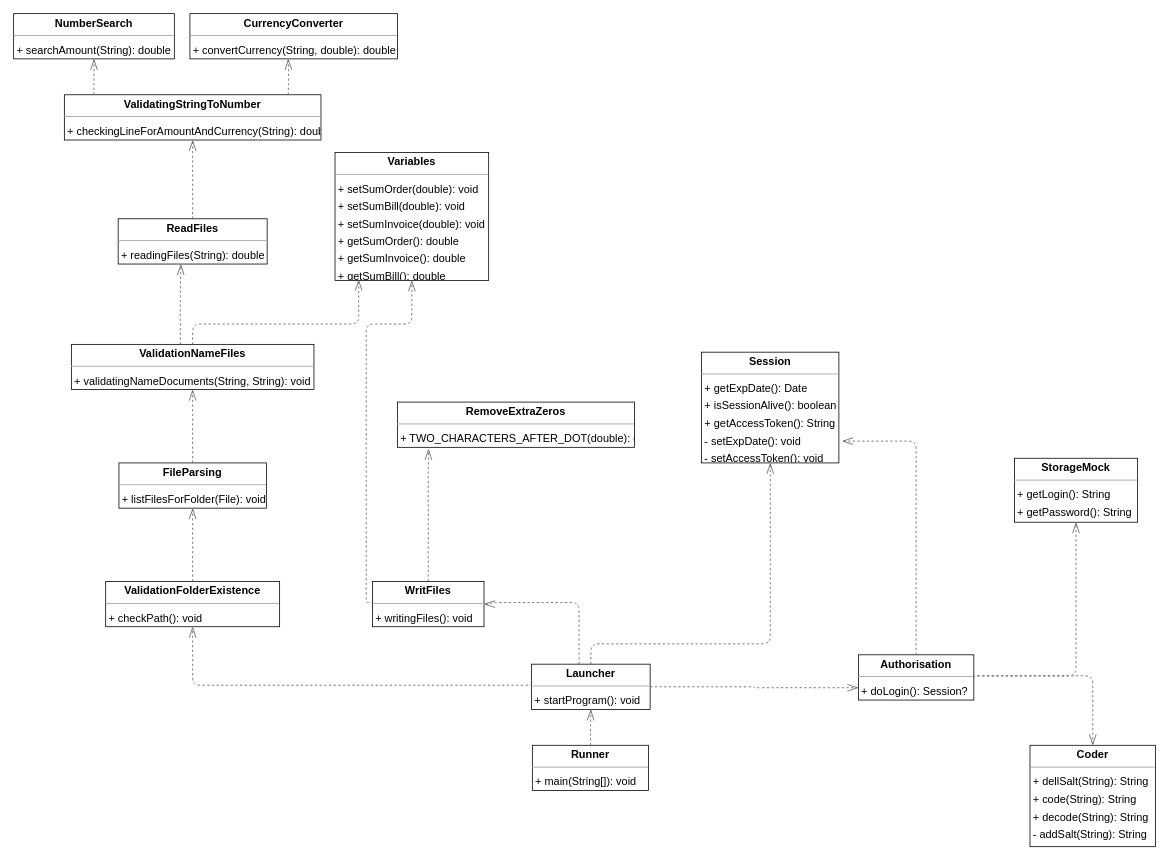
This is src/course_project/technical_documentation/class_diagram.drawio from ddumaa/TeachMeSkills_C26_Project_M, a draw.io file, before an edit. Source tidied: cells renumbered, new cells numbered last; positions are measured from the earlier drawing's top-left corner, leaving out a move shared by most shapes. Both pictures are drawn from the tidied source at 78%, with x=0, y=0 at pixel (13, 13).
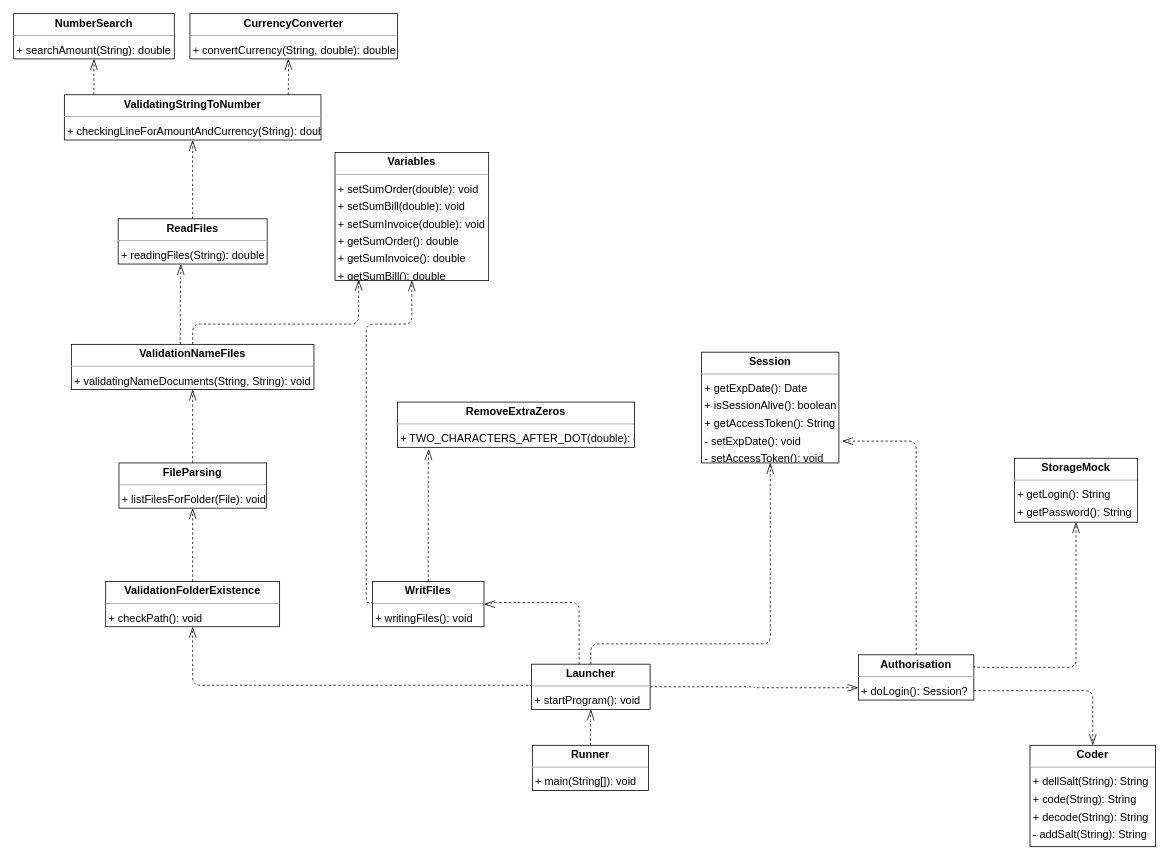
The same page after the edit.

Unchanged cells that the change refers to:
```xml
<mxCell id="2" value="&lt;p style=&quot;margin:0px;margin-top:4px;text-align:center;&quot;&gt;&lt;b&gt;Authorisation&lt;/b&gt;&lt;/p&gt;&lt;hr size=&quot;1&quot;/&gt;&lt;p style=&quot;margin:0 0 0 4px;line-height:1.6;&quot;&gt;+ doLogin(): Session?&lt;/p&gt;" style="verticalAlign=top;align=left;overflow=fill;fontSize=14;fontFamily=Helvetica;html=1;rounded=0;shadow=0;comic=0;labelBackgroundColor=none;strokeWidth=1;" parent="1" vertex="1">
  <mxGeometry x="1083" y="822" width="148" height="58" as="geometry" />
</mxCell>
<mxCell id="3" value="&lt;p style=&quot;margin:0px;margin-top:4px;text-align:center;&quot;&gt;&lt;b&gt;Coder&lt;/b&gt;&lt;/p&gt;&lt;hr size=&quot;1&quot;/&gt;&lt;p style=&quot;margin:0 0 0 4px;line-height:1.6;&quot;&gt;+ dellSalt(String): String&lt;br/&gt;+ code(String): String&lt;br/&gt;+ decode(String): String&lt;br/&gt;- addSalt(String): String&lt;/p&gt;" style="verticalAlign=top;align=left;overflow=fill;fontSize=14;fontFamily=Helvetica;html=1;rounded=0;shadow=0;comic=0;labelBackgroundColor=none;strokeWidth=1;" parent="1" vertex="1">
  <mxGeometry x="1303" y="938" width="161" height="130" as="geometry" />
</mxCell>
<mxCell id="4" value="&lt;p style=&quot;margin:0px;margin-top:4px;text-align:center;&quot;&gt;&lt;b&gt;CurrencyConverter&lt;/b&gt;&lt;/p&gt;&lt;hr size=&quot;1&quot;/&gt;&lt;p style=&quot;margin:0 0 0 4px;line-height:1.6;&quot;&gt;+ convertCurrency(String, double): double&lt;/p&gt;" style="verticalAlign=top;align=left;overflow=fill;fontSize=14;fontFamily=Helvetica;html=1;rounded=0;shadow=0;comic=0;labelBackgroundColor=none;strokeWidth=1;" parent="1" vertex="1">
  <mxGeometry x="226" width="266" height="58" as="geometry" />
</mxCell>
<mxCell id="5" value="&lt;p style=&quot;margin:0px;margin-top:4px;text-align:center;&quot;&gt;&lt;b&gt;FileParsing&lt;/b&gt;&lt;/p&gt;&lt;hr size=&quot;1&quot;/&gt;&lt;p style=&quot;margin:0 0 0 4px;line-height:1.6;&quot;&gt;+ listFilesForFolder(File): void&lt;/p&gt;" style="verticalAlign=top;align=left;overflow=fill;fontSize=14;fontFamily=Helvetica;html=1;rounded=0;shadow=0;comic=0;labelBackgroundColor=none;strokeWidth=1;" parent="1" vertex="1">
  <mxGeometry x="135" y="576" width="189" height="58" as="geometry" />
</mxCell>
<mxCell id="6" value="&lt;p style=&quot;margin:0px;margin-top:4px;text-align:center;&quot;&gt;&lt;b&gt;Launcher&lt;/b&gt;&lt;/p&gt;&lt;hr size=&quot;1&quot;/&gt;&lt;p style=&quot;margin:0 0 0 4px;line-height:1.6;&quot;&gt;+ startProgram(): void&lt;/p&gt;" style="verticalAlign=top;align=left;overflow=fill;fontSize=14;fontFamily=Helvetica;html=1;rounded=0;shadow=0;comic=0;labelBackgroundColor=none;strokeWidth=1;" parent="1" vertex="1">
  <mxGeometry x="664" y="834" width="152" height="58" as="geometry" />
</mxCell>
<mxCell id="7" value="&lt;p style=&quot;margin:0px;margin-top:4px;text-align:center;&quot;&gt;&lt;b&gt;NumberSearch&lt;/b&gt;&lt;/p&gt;&lt;hr size=&quot;1&quot;/&gt;&lt;p style=&quot;margin:0 0 0 4px;line-height:1.6;&quot;&gt;+ searchAmount(String): double&lt;/p&gt;" style="verticalAlign=top;align=left;overflow=fill;fontSize=14;fontFamily=Helvetica;html=1;rounded=0;shadow=0;comic=0;labelBackgroundColor=none;strokeWidth=1;" parent="1" vertex="1">
  <mxGeometry width="206" height="58" as="geometry" />
</mxCell>
<mxCell id="8" value="&lt;p style=&quot;margin:0px;margin-top:4px;text-align:center;&quot;&gt;&lt;b&gt;ReadFiles&lt;/b&gt;&lt;/p&gt;&lt;hr size=&quot;1&quot;/&gt;&lt;p style=&quot;margin:0 0 0 4px;line-height:1.6;&quot;&gt;+ readingFiles(String): double&lt;/p&gt;" style="verticalAlign=top;align=left;overflow=fill;fontSize=14;fontFamily=Helvetica;html=1;rounded=0;shadow=0;comic=0;labelBackgroundColor=none;strokeWidth=1;" parent="1" vertex="1">
  <mxGeometry x="134" y="263" width="191" height="58" as="geometry" />
</mxCell>
<mxCell id="10" value="&lt;p style=&quot;margin:0px;margin-top:4px;text-align:center;&quot;&gt;&lt;b&gt;Runner&lt;/b&gt;&lt;/p&gt;&lt;hr size=&quot;1&quot;/&gt;&lt;p style=&quot;margin:0 0 0 4px;line-height:1.6;&quot;&gt;+ main(String[]): void&lt;/p&gt;" style="verticalAlign=top;align=left;overflow=fill;fontSize=14;fontFamily=Helvetica;html=1;rounded=0;shadow=0;comic=0;labelBackgroundColor=none;strokeWidth=1;" parent="1" vertex="1">
  <mxGeometry x="665" y="938" width="149" height="58" as="geometry" />
</mxCell>
<mxCell id="11" value="&lt;p style=&quot;margin:0px;margin-top:4px;text-align:center;&quot;&gt;&lt;b&gt;Session&lt;/b&gt;&lt;/p&gt;&lt;hr size=&quot;1&quot;/&gt;&lt;p style=&quot;margin:0 0 0 4px;line-height:1.6;&quot;&gt;+ getExpDate(): Date&lt;br/&gt;+ isSessionAlive(): boolean&lt;br/&gt;+ getAccessToken(): String&lt;br/&gt;- setExpDate(): void&lt;br/&gt;- setAccessToken(): void&lt;/p&gt;" style="verticalAlign=top;align=left;overflow=fill;fontSize=14;fontFamily=Helvetica;html=1;rounded=0;shadow=0;comic=0;labelBackgroundColor=none;strokeWidth=1;" parent="1" vertex="1">
  <mxGeometry x="882" y="434" width="176" height="142" as="geometry" />
</mxCell>
<mxCell id="12" value="&lt;p style=&quot;margin:0px;margin-top:4px;text-align:center;&quot;&gt;&lt;b&gt;StorageMock&lt;/b&gt;&lt;/p&gt;&lt;hr size=&quot;1&quot;/&gt;&lt;p style=&quot;margin:0 0 0 4px;line-height:1.6;&quot;&gt;+ getLogin(): String&lt;br/&gt;+ getPassword(): String&lt;/p&gt;" style="verticalAlign=top;align=left;overflow=fill;fontSize=14;fontFamily=Helvetica;html=1;rounded=0;shadow=0;comic=0;labelBackgroundColor=none;strokeWidth=1;" parent="1" vertex="1">
  <mxGeometry x="1283" y="570" width="158" height="82" as="geometry" />
</mxCell>
<mxCell id="13" value="&lt;p style=&quot;margin:0px;margin-top:4px;text-align:center;&quot;&gt;&lt;b&gt;ValidatingStringToNumber&lt;/b&gt;&lt;/p&gt;&lt;hr size=&quot;1&quot;/&gt;&lt;p style=&quot;margin:0 0 0 4px;line-height:1.6;&quot;&gt;+ checkingLineForAmountAndCurrency(String): double&lt;/p&gt;" style="verticalAlign=top;align=left;overflow=fill;fontSize=14;fontFamily=Helvetica;html=1;rounded=0;shadow=0;comic=0;labelBackgroundColor=none;strokeWidth=1;" parent="1" vertex="1">
  <mxGeometry x="65" y="104" width="329" height="58" as="geometry" />
</mxCell>
<mxCell id="14" value="&lt;p style=&quot;margin:0px;margin-top:4px;text-align:center;&quot;&gt;&lt;b&gt;ValidationFolderExistence&lt;/b&gt;&lt;/p&gt;&lt;hr size=&quot;1&quot;/&gt;&lt;p style=&quot;margin:0 0 0 4px;line-height:1.6;&quot;&gt;+ checkPath(): void&lt;/p&gt;" style="verticalAlign=top;align=left;overflow=fill;fontSize=14;fontFamily=Helvetica;html=1;rounded=0;shadow=0;comic=0;labelBackgroundColor=none;strokeWidth=1;" parent="1" vertex="1">
  <mxGeometry x="118" y="728" width="223" height="58" as="geometry" />
</mxCell>
<mxCell id="15" value="&lt;p style=&quot;margin:0px;margin-top:4px;text-align:center;&quot;&gt;&lt;b&gt;ValidationNameFiles&lt;/b&gt;&lt;/p&gt;&lt;hr size=&quot;1&quot;/&gt;&lt;p style=&quot;margin:0 0 0 4px;line-height:1.6;&quot;&gt;+ validatingNameDocuments(String, String): void&lt;/p&gt;" style="verticalAlign=top;align=left;overflow=fill;fontSize=14;fontFamily=Helvetica;html=1;rounded=0;shadow=0;comic=0;labelBackgroundColor=none;strokeWidth=1;" parent="1" vertex="1">
  <mxGeometry x="74" y="424" width="311" height="58" as="geometry" />
</mxCell>
<mxCell id="16" value="&lt;p style=&quot;margin:0px;margin-top:4px;text-align:center;&quot;&gt;&lt;b&gt;Variables&lt;/b&gt;&lt;/p&gt;&lt;hr size=&quot;1&quot;/&gt;&lt;p style=&quot;margin:0 0 0 4px;line-height:1.6;&quot;&gt;+ setSumOrder(double): void&lt;br/&gt;+ setSumBill(double): void&lt;br/&gt;+ setSumInvoice(double): void&lt;br/&gt;+ getSumOrder(): double&lt;br/&gt;+ getSumInvoice(): double&lt;br/&gt;+ getSumBill(): double&lt;/p&gt;" style="verticalAlign=top;align=left;overflow=fill;fontSize=14;fontFamily=Helvetica;html=1;rounded=0;shadow=0;comic=0;labelBackgroundColor=none;strokeWidth=1;" parent="1" vertex="1">
  <mxGeometry x="412" y="178" width="197" height="164" as="geometry" />
</mxCell>
<mxCell id="17" value="&lt;p style=&quot;margin:0px;margin-top:4px;text-align:center;&quot;&gt;&lt;b&gt;WritFiles&lt;/b&gt;&lt;/p&gt;&lt;hr size=&quot;1&quot;/&gt;&lt;p style=&quot;margin:0 0 0 4px;line-height:1.6;&quot;&gt;+ writingFiles(): void&lt;/p&gt;" style="verticalAlign=top;align=left;overflow=fill;fontSize=14;fontFamily=Helvetica;html=1;rounded=0;shadow=0;comic=0;labelBackgroundColor=none;strokeWidth=1;" parent="1" vertex="1">
  <mxGeometry x="460" y="728" width="143" height="58" as="geometry" />
</mxCell>
```

Diff of the diagram source:
```diff
@@
-    <mxCell id="18" style="html=1;rounded=1;edgeStyle=orthogonalEdgeStyle;dashed=1;startArrow=none;endArrow=openThin;endSize=12;strokeColor=#595959;exitX=1.000;exitY=0.500;exitDx=0;exitDy=0;entryX=0.500;entryY=0.000;entryDx=0;entryDy=0;" parent="1" edge="1" source="2" target="3">
+    <mxCell id="18" style="html=1;rounded=1;edgeStyle=orthogonalEdgeStyle;dashed=1;startArrow=none;endArrow=openThin;endSize=12;entryX=0.500;entryY=0.000;entryDx=0;entryDy=0;" parent="1" edge="1" target="3">
       <mxGeometry relative="1" as="geometry">
+        <mxPoint x="1231" y="868" as="sourcePoint" />
         <Array as="points">
-          <mxPoint x="1383" y="849" />
+          <mxPoint x="1231" y="868" />
+          <mxPoint x="1384" y="868" />
         </Array>
       </mxGeometry>
     </mxCell>
-    <mxCell id="19" style="html=1;rounded=1;edgeStyle=orthogonalEdgeStyle;dashed=1;startArrow=none;endArrow=openThin;endSize=12;strokeColor=#595959;exitX=0.500;exitY=0.000;exitDx=0;exitDy=0;entryX=1.023;entryY=0.803;entryDx=0;entryDy=0;entryPerimeter=0;" parent="1" edge="1" source="2" target="11">
+    <mxCell id="19" style="html=1;rounded=1;edgeStyle=orthogonalEdgeStyle;dashed=1;startArrow=none;endArrow=openThin;endSize=12;exitX=0.500;exitY=0.000;exitDx=0;exitDy=0;entryX=1.023;entryY=0.803;entryDx=0;entryDy=0;entryPerimeter=0;" parent="1" edge="1" source="2" target="11">
       <mxGeometry relative="1" as="geometry">
         <Array as="points">
           <mxPoint x="1157" y="548" />
         </Array>
       </mxGeometry>
     </mxCell>
-    <mxCell id="20" style="html=1;rounded=1;edgeStyle=orthogonalEdgeStyle;dashed=1;startArrow=none;endArrow=openThin;endSize=12;strokeColor=#595959;exitX=1.000;exitY=0.500;exitDx=0;exitDy=0;entryX=0.500;entryY=1.001;entryDx=0;entryDy=0;" parent="1" edge="1" source="2" target="12">
+    <mxCell id="20" style="html=1;rounded=1;edgeStyle=orthogonalEdgeStyle;dashed=1;startArrow=none;endArrow=openThin;endSize=12;entryX=0.500;entryY=1.001;entryDx=0;entryDy=0;exitX=1;exitY=0.25;exitDx=0;exitDy=0;" parent="1" edge="1" source="2" target="12">
       <mxGeometry relative="1" as="geometry">
         <Array as="points">
-          <mxPoint x="1362" y="849" />
+          <mxPoint x="1231" y="838" />
+          <mxPoint x="1362" y="838" />
         </Array>
       </mxGeometry>
     </mxCell>
-    <mxCell id="21" style="html=1;rounded=1;edgeStyle=orthogonalEdgeStyle;dashed=1;startArrow=none;endArrow=openThin;endSize=12;strokeColor=#595959;exitX=0.5;exitY=0;exitDx=0;exitDy=0;entryX=0.500;entryY=1.001;entryDx=0;entryDy=0;" parent="1" edge="1" source="5" target="15">
+    <mxCell id="21" style="html=1;rounded=1;edgeStyle=orthogonalEdgeStyle;dashed=1;startArrow=none;endArrow=openThin;endSize=12;exitX=0.5;exitY=0;exitDx=0;exitDy=0;entryX=0.500;entryY=1.001;entryDx=0;entryDy=0;" parent="1" edge="1" source="5" target="15">
       <mxGeometry relative="1" as="geometry" />
     </mxCell>
-    <mxCell id="22" style="html=1;rounded=1;edgeStyle=orthogonalEdgeStyle;dashed=1;startArrow=none;endArrow=openThin;endSize=12;strokeColor=#595959;exitX=1.000;exitY=0.500;exitDx=0;exitDy=0;entryX=0.000;entryY=0.728;entryDx=0;entryDy=0;" parent="1" edge="1" source="6" target="2">
+    <mxCell id="22" style="html=1;rounded=1;edgeStyle=orthogonalEdgeStyle;dashed=1;startArrow=none;endArrow=openThin;endSize=12;exitX=1.000;exitY=0.500;exitDx=0;exitDy=0;entryX=0.000;entryY=0.728;entryDx=0;entryDy=0;" parent="1" edge="1" source="6" target="2">
       <mxGeometry relative="1" as="geometry" />
     </mxCell>
-    <mxCell id="23" style="html=1;rounded=1;edgeStyle=orthogonalEdgeStyle;dashed=1;startArrow=none;endArrow=openThin;endSize=12;strokeColor=#595959;exitX=0.500;exitY=0.000;exitDx=0;exitDy=0;entryX=0.5;entryY=1;entryDx=0;entryDy=0;" parent="1" edge="1" source="6" target="11">
+    <mxCell id="23" style="html=1;rounded=1;edgeStyle=orthogonalEdgeStyle;dashed=1;startArrow=none;endArrow=openThin;endSize=12;exitX=0.500;exitY=0.000;exitDx=0;exitDy=0;entryX=0.5;entryY=1;entryDx=0;entryDy=0;" parent="1" edge="1" source="6" target="11">
       <mxGeometry relative="1" as="geometry">
         <Array as="points">
           <mxPoint x="740" y="808" />
           <mxPoint x="970" y="808" />
         </Array>
       </mxGeometry>
     </mxCell>
-    <mxCell id="24" style="html=1;rounded=1;edgeStyle=orthogonalEdgeStyle;dashed=1;startArrow=none;endArrow=openThin;endSize=12;strokeColor=#595959;exitX=0.000;exitY=0.500;exitDx=0;exitDy=0;entryX=0.500;entryY=1.001;entryDx=0;entryDy=0;" parent="1" edge="1" source="6" target="14">
+    <mxCell id="24" style="html=1;rounded=1;edgeStyle=orthogonalEdgeStyle;dashed=1;startArrow=none;endArrow=openThin;endSize=12;exitX=0.000;exitY=0.500;exitDx=0;exitDy=0;entryX=0.500;entryY=1.001;entryDx=0;entryDy=0;" parent="1" edge="1" source="6" target="14">
       <mxGeometry relative="1" as="geometry">
         <Array as="points">
           <mxPoint x="229" y="861" />
         </Array>
       </mxGeometry>
     </mxCell>
-    <mxCell id="25" style="html=1;rounded=1;edgeStyle=orthogonalEdgeStyle;dashed=1;startArrow=none;endArrow=openThin;endSize=12;strokeColor=#595959;exitX=0.401;exitY=0.001;exitDx=0;exitDy=0;entryX=1.000;entryY=0.500;entryDx=0;entryDy=0;" parent="1" edge="1" source="6" target="17">
+    <mxCell id="25" style="html=1;rounded=1;edgeStyle=orthogonalEdgeStyle;dashed=1;startArrow=none;endArrow=openThin;endSize=12;exitX=0.401;exitY=0.001;exitDx=0;exitDy=0;entryX=1.000;entryY=0.500;entryDx=0;entryDy=0;" parent="1" edge="1" source="6" target="17">
       <mxGeometry relative="1" as="geometry">
         <Array as="points">
           <mxPoint x="725" y="755" />
           <mxPoint x="612" y="755" />
           <mxPoint x="612" y="757" />
         </Array>
       </mxGeometry>
     </mxCell>
-    <mxCell id="26" style="html=1;rounded=1;edgeStyle=orthogonalEdgeStyle;dashed=1;startArrow=none;endArrow=openThin;endSize=12;strokeColor=#595959;exitX=0.500;exitY=0.000;exitDx=0;exitDy=0;entryX=0.500;entryY=1.000;entryDx=0;entryDy=0;" parent="1" edge="1" source="8" target="13">
+    <mxCell id="26" style="html=1;rounded=1;edgeStyle=orthogonalEdgeStyle;dashed=1;startArrow=none;endArrow=openThin;endSize=12;exitX=0.500;exitY=0.000;exitDx=0;exitDy=0;entryX=0.500;entryY=1.000;entryDx=0;entryDy=0;" parent="1" edge="1" source="8" target="13">
       <mxGeometry relative="1" as="geometry" />
     </mxCell>
-    <mxCell id="27" style="html=1;rounded=1;edgeStyle=orthogonalEdgeStyle;dashed=1;startArrow=none;endArrow=openThin;endSize=12;strokeColor=#595959;exitX=0.500;exitY=0.001;exitDx=0;exitDy=0;entryX=0.500;entryY=1.001;entryDx=0;entryDy=0;" parent="1" edge="1" source="10" target="6">
+    <mxCell id="27" style="html=1;rounded=1;edgeStyle=orthogonalEdgeStyle;dashed=1;startArrow=none;endArrow=openThin;endSize=12;exitX=0.500;exitY=0.001;exitDx=0;exitDy=0;entryX=0.500;entryY=1.001;entryDx=0;entryDy=0;" parent="1" edge="1" source="10" target="6">
       <mxGeometry relative="1" as="geometry" />
     </mxCell>
-    <mxCell id="28" style="html=1;rounded=1;edgeStyle=orthogonalEdgeStyle;dashed=1;startArrow=none;endArrow=openThin;endSize=12;strokeColor=#595959;exitX=0.116;exitY=0.001;exitDx=0;exitDy=0;entryX=0.500;entryY=1.001;entryDx=0;entryDy=0;" parent="1" edge="1" source="13" target="7">
+    <mxCell id="28" style="html=1;rounded=1;edgeStyle=orthogonalEdgeStyle;dashed=1;startArrow=none;endArrow=openThin;endSize=12;exitX=0.116;exitY=0.001;exitDx=0;exitDy=0;entryX=0.500;entryY=1.001;entryDx=0;entryDy=0;" parent="1" edge="1" source="13" target="7">
       <mxGeometry relative="1" as="geometry" />
     </mxCell>
-    <mxCell id="29" style="html=1;rounded=1;edgeStyle=orthogonalEdgeStyle;dashed=1;startArrow=none;endArrow=openThin;endSize=12;strokeColor=#595959;exitX=0.500;exitY=0.001;exitDx=0;exitDy=0;entryX=0.500;entryY=1.001;entryDx=0;entryDy=0;" parent="1" edge="1" source="14" target="5">
+    <mxCell id="29" style="html=1;rounded=1;edgeStyle=orthogonalEdgeStyle;dashed=1;startArrow=none;endArrow=openThin;endSize=12;exitX=0.500;exitY=0.001;exitDx=0;exitDy=0;entryX=0.500;entryY=1.001;entryDx=0;entryDy=0;" parent="1" edge="1" source="14" target="5">
       <mxGeometry relative="1" as="geometry" />
     </mxCell>
-    <mxCell id="30" style="html=1;rounded=1;edgeStyle=orthogonalEdgeStyle;dashed=1;startArrow=none;endArrow=openThin;endSize=12;strokeColor=#595959;exitX=0.449;exitY=0.000;exitDx=0;exitDy=0;entryX=0.421;entryY=1.000;entryDx=0;entryDy=0;" parent="1" edge="1" source="15" target="8">
+    <mxCell id="30" style="html=1;rounded=1;edgeStyle=orthogonalEdgeStyle;dashed=1;startArrow=none;endArrow=openThin;endSize=12;exitX=0.449;exitY=0.000;exitDx=0;exitDy=0;entryX=0.421;entryY=1.000;entryDx=0;entryDy=0;" parent="1" edge="1" source="15" target="8">
       <mxGeometry relative="1" as="geometry" />
     </mxCell>
-    <mxCell id="31" style="html=1;rounded=1;edgeStyle=orthogonalEdgeStyle;dashed=1;startArrow=none;endArrow=openThin;endSize=12;strokeColor=#595959;exitX=0.500;exitY=0.000;exitDx=0;exitDy=0;entryX=0.154;entryY=0.994;entryDx=0;entryDy=0;entryPerimeter=0;" parent="1" edge="1" source="15" target="16">
+    <mxCell id="31" style="html=1;rounded=1;edgeStyle=orthogonalEdgeStyle;dashed=1;startArrow=none;endArrow=openThin;endSize=12;exitX=0.500;exitY=0.000;exitDx=0;exitDy=0;entryX=0.154;entryY=0.994;entryDx=0;entryDy=0;entryPerimeter=0;" parent="1" edge="1" source="15" target="16">
       <mxGeometry relative="1" as="geometry">
         <Array as="points">
           <mxPoint x="229" y="398" />
           <mxPoint x="442" y="398" />
         </Array>
       </mxGeometry>
     </mxCell>
-    <mxCell id="32" style="html=1;rounded=1;edgeStyle=orthogonalEdgeStyle;dashed=1;startArrow=none;endArrow=openThin;endSize=12;strokeColor=#595959;exitX=0.500;exitY=0.001;exitDx=0;exitDy=0;" parent="1" edge="1" source="17">
+    <mxCell id="32" style="html=1;rounded=1;edgeStyle=orthogonalEdgeStyle;dashed=1;startArrow=none;endArrow=openThin;endSize=12;exitX=0.500;exitY=0.001;exitDx=0;exitDy=0;" parent="1" edge="1" source="17">
       <mxGeometry relative="1" as="geometry">
         <mxPoint x="532" y="558" as="targetPoint" />
         <Array as="points">
           <mxPoint x="532" y="588" />
         </Array>
       </mxGeometry>
     </mxCell>
-    <mxCell id="33" style="html=1;rounded=1;edgeStyle=orthogonalEdgeStyle;dashed=1;startArrow=none;endArrow=openThin;endSize=12;strokeColor=#595959;exitX=0.000;exitY=0.500;exitDx=0;exitDy=0;entryX=0.500;entryY=1.000;entryDx=0;entryDy=0;" parent="1" edge="1" source="17" target="16">
+    <mxCell id="33" style="html=1;rounded=1;edgeStyle=orthogonalEdgeStyle;dashed=1;startArrow=none;endArrow=openThin;endSize=12;exitX=0.000;exitY=0.500;exitDx=0;exitDy=0;entryX=0.500;entryY=1.000;entryDx=0;entryDy=0;" parent="1" edge="1" source="17" target="16">
       <mxGeometry relative="1" as="geometry">
         <Array as="points">
           <mxPoint x="460" y="755" />
           <mxPoint x="452" y="755" />
           <mxPoint x="452" y="398" />
           <mxPoint x="511" y="398" />
         </Array>
       </mxGeometry>
     </mxCell>
-    <mxCell id="34" style="html=1;rounded=1;edgeStyle=orthogonalEdgeStyle;dashed=1;startArrow=none;endArrow=openThin;endSize=12;strokeColor=#595959;exitX=0.500;exitY=0.000;exitDx=0;exitDy=0;entryX=0.474;entryY=1;entryDx=0;entryDy=0;entryPerimeter=0;" parent="1" edge="1" target="4">
+    <mxCell id="34" style="html=1;rounded=1;edgeStyle=orthogonalEdgeStyle;dashed=1;startArrow=none;endArrow=openThin;endSize=12;exitX=0.500;exitY=0.000;exitDx=0;exitDy=0;entryX=0.474;entryY=1;entryDx=0;entryDy=0;entryPerimeter=0;" parent="1" edge="1" target="4">
       <mxGeometry relative="1" as="geometry">
         <mxPoint x="352" y="104" as="sourcePoint" />
       </mxGeometry>
     </mxCell>
```
